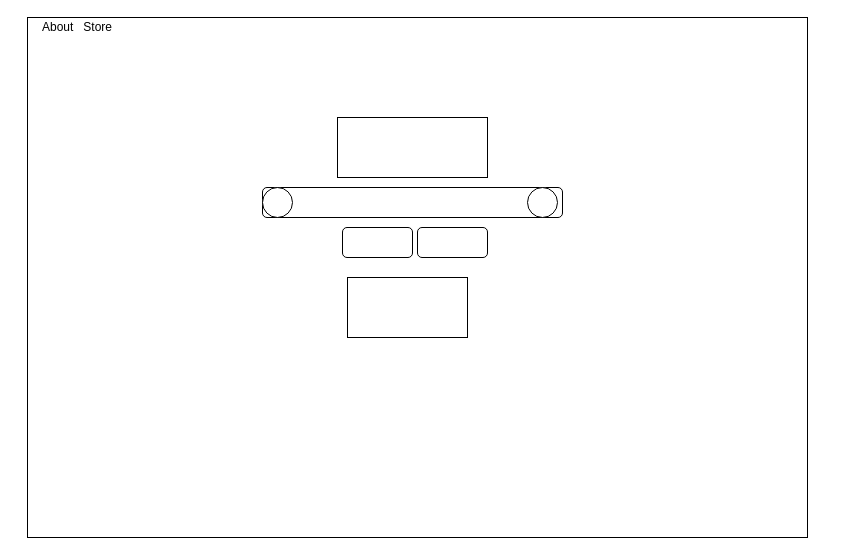
Before: Untitled Diagram.drawio in starcalleramethyst/google-2, a draw.io diagram. Source tidied: cells renumbered, new cells numbered last; positions are measured from the earlier drawing's top-left corner, leaving out a move shared by most shapes. Both pictures are drawn from the tidied source at 100%, with x=0, y=0 at pixel (17, 17).
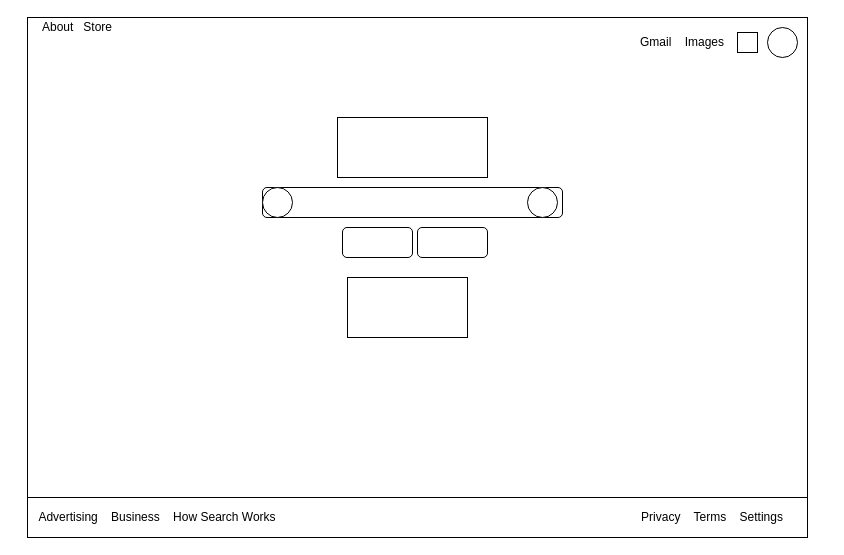
The same diagram, later.

What changed in the source:
```diff
@@
 <mxGraphModel>
   <root>
     <mxCell id="0" />
     <mxCell id="1" parent="0" />
     <mxCell id="2" style="rounded=0;whiteSpace=wrap;html=1;" parent="1" vertex="1">
       <mxGeometry x="10" width="780" height="520" as="geometry" />
     </mxCell>
     <mxCell id="3" style="rounded=0;whiteSpace=wrap;html=1;" parent="1" vertex="1">
       <mxGeometry x="320" y="100" width="150" height="60" as="geometry" />
     </mxCell>
     <mxCell id="4" style="rounded=1;whiteSpace=wrap;html=1;" parent="1" vertex="1">
       <mxGeometry x="245" y="170" width="300" height="30" as="geometry" />
     </mxCell>
     <mxCell id="5" style="ellipse;whiteSpace=wrap;html=1;" parent="1" vertex="1">
       <mxGeometry x="245" y="170" width="30" height="30" as="geometry" />
     </mxCell>
     <mxCell id="6" style="ellipse;whiteSpace=wrap;html=1;" parent="1" vertex="1">
       <mxGeometry x="510" y="170" width="30" height="30" as="geometry" />
     </mxCell>
     <mxCell id="7" style="rounded=1;whiteSpace=wrap;html=1;" parent="1" vertex="1">
       <mxGeometry x="325" y="210" width="70" height="30" as="geometry" />
     </mxCell>
     <mxCell id="8" style="rounded=1;whiteSpace=wrap;html=1;" parent="1" vertex="1">
       <mxGeometry x="400" y="210" width="70" height="30" as="geometry" />
     </mxCell>
     <mxCell id="9" style="rounded=0;whiteSpace=wrap;html=1;" parent="1" vertex="1">
       <mxGeometry x="330" y="260" width="120" height="60" as="geometry" />
     </mxCell>
     <mxCell id="10" value="About&amp;nbsp; &amp;nbsp;Store" style="text;html=1;strokeColor=none;fillColor=none;align=center;verticalAlign=middle;whiteSpace=wrap;rounded=0;" parent="1" vertex="1">
       <mxGeometry width="120" height="20" as="geometry" />
     </mxCell>
+    <mxCell id="11" style="rounded=0;whiteSpace=wrap;html=1;" parent="1" vertex="1">
+      <mxGeometry x="10" y="480" width="780" height="40" as="geometry" />
+    </mxCell>
+    <mxCell id="12" value="Advertising&amp;nbsp; &amp;nbsp; Business&amp;nbsp; &amp;nbsp; How Search Works" style="text;html=1;strokeColor=none;fillColor=none;align=center;verticalAlign=middle;whiteSpace=wrap;rounded=0;" parent="1" vertex="1">
+      <mxGeometry x="20" y="490" width="240" height="20" as="geometry" />
+    </mxCell>
+    <mxCell id="13" value="&amp;nbsp;Privacy&amp;nbsp; &amp;nbsp; Terms&amp;nbsp; &amp;nbsp; Settings&amp;nbsp;" style="text;html=1;strokeColor=none;fillColor=none;align=center;verticalAlign=middle;whiteSpace=wrap;rounded=0;" parent="1" vertex="1">
+      <mxGeometry x="580" y="490" width="230" height="20" as="geometry" />
+    </mxCell>
+    <mxCell id="14" style="ellipse;whiteSpace=wrap;html=1;" parent="1" vertex="1">
+      <mxGeometry x="750" y="10" width="30" height="30" as="geometry" />
+    </mxCell>
+    <mxCell id="15" style="whiteSpace=wrap;html=1;" parent="1" vertex="1">
+      <mxGeometry x="720" y="15" width="20" height="20" as="geometry" />
+    </mxCell>
+    <mxCell id="16" value="Gmail&amp;nbsp; &amp;nbsp; Images" style="text;html=1;strokeColor=none;fillColor=none;align=center;verticalAlign=middle;whiteSpace=wrap;rounded=0;" parent="1" vertex="1">
+      <mxGeometry x="610" y="15" width="110" height="20" as="geometry" />
+    </mxCell>
   </root>
 </mxGraphModel>
```
